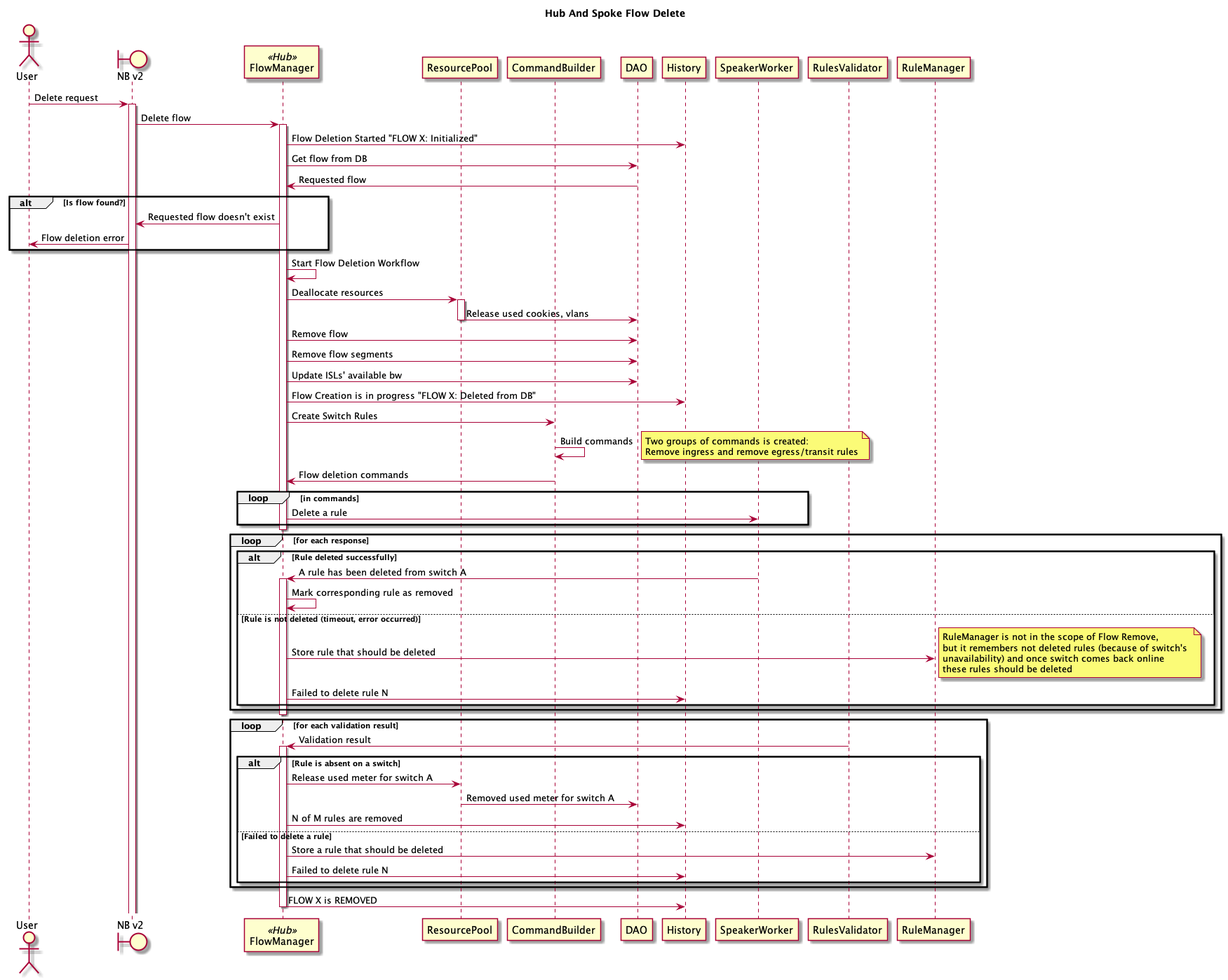
Above: docs/design/hub-and-spoke/crud/delete/flow-delete-hs.png in telstra/open-kilda (PlantUML), before the change. Source of this version:
```plantuml
@startuml
title Hub And Spoke Flow Delete

actor User
boundary "NB v2" as NB
participant FlowManager << Hub >>
participant DAO
participant ResourcePool
participant CommandBuilder
database DAO
participant History
participant SpeakerWorker
participant RulesValidator
participant RuleManager

User -> NB : Delete request

activate NB
NB -> FlowManager : Delete flow
activate FlowManager
FlowManager -> History : Flow Deletion Started "FLOW X: Initialized"
FlowManager -> DAO : Get flow from DB
FlowManager <- DAO : Requested flow
alt Is flow found?
    NB <- FlowManager : Requested flow doesn't exist
    User <- NB : Flow deletion error
end

FlowManager -> FlowManager : Start Flow Deletion Workflow

FlowManager -> ResourcePool : Deallocate resources
activate ResourcePool
ResourcePool -> DAO : Release used cookies, vlans
deactivate ResourcePool

FlowManager -> DAO : Remove flow
FlowManager -> DAO : Remove flow segments
FlowManager -> DAO : Update ISLs' available bw

FlowManager -> History : Flow Creation is in progress "FLOW X: Deleted from DB"

FlowManager -> CommandBuilder : Create Switch Rules
CommandBuilder -> CommandBuilder : Build commands
note right : Two groups of commands is created: \nRemove ingress and remove egress/transit rules

FlowManager <- CommandBuilder: Flow deletion commands
loop in commands
    FlowManager -> SpeakerWorker : Delete a rule
end
deactivate FlowManager

loop for each response
    alt Rule deleted successfully
        FlowManager <- SpeakerWorker : A rule has been deleted from switch A
        activate FlowManager
        FlowManager -> FlowManager : Mark corresponding rule as removed
    else Rule is not deleted (timeout, error occurred)
        FlowManager -> RuleManager : Store rule that should be deleted
        note right : RuleManager is not in the scope of Flow Remove, \nbut it remembers not deleted rules (because of switch's \nunavailability) and once switch comes back online \nthese rules should be deleted
        FlowManager -> History : Failed to delete rule N
    end
end
deactivate FlowManager

loop for each validation result
    FlowManager <- RulesValidator : Validation result
    activate FlowManager
    alt Rule is absent on a switch
        FlowManager -> ResourcePool : Release used meter for switch A
        ResourcePool -> DAO : Removed used meter for switch A
        FlowManager -> History : N of M rules are removed
    else Failed to delete a rule
        FlowManager -> RuleManager : Store a rule that should be deleted
        FlowManager -> History : Failed to delete rule N
    end
end

FlowManager -> History : FLOW X is REMOVED
deactivate FlowManager

@enduml
```
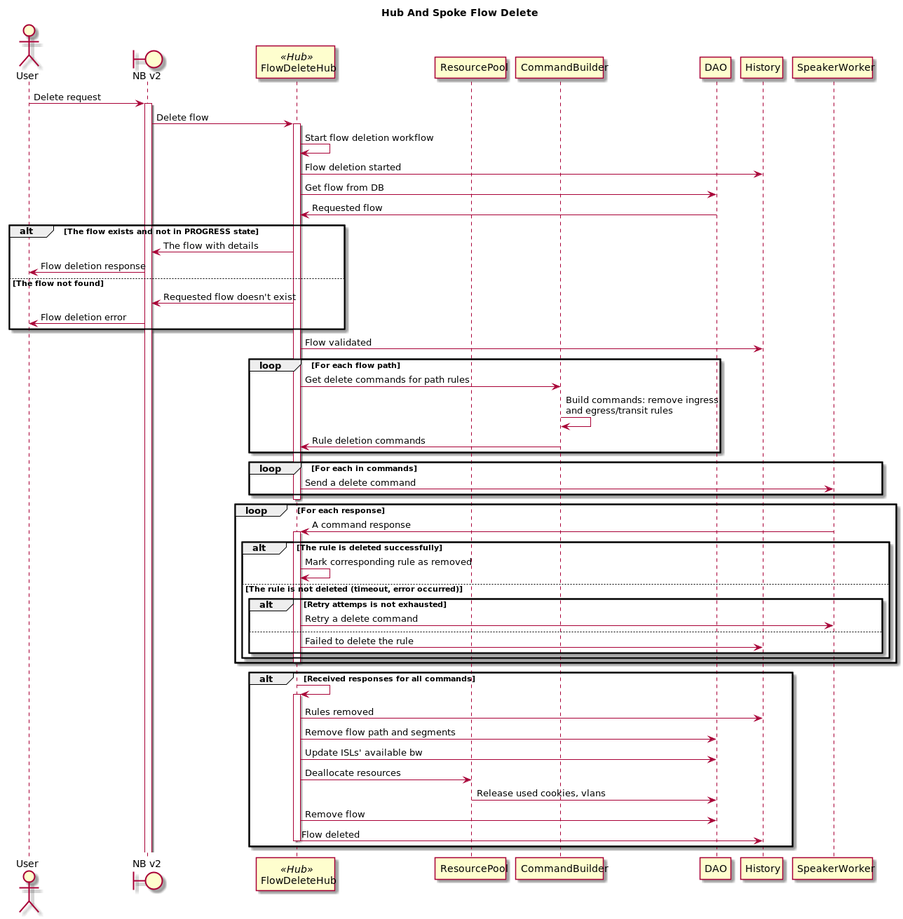
After the change.

Change to the diagram source:
```diff
@@ -3,79 +3,74 @@
 
 actor User
 boundary "NB v2" as NB
-participant FlowManager << Hub >>
+participant FlowDeleteHub << Hub >>
 participant DAO
 participant ResourcePool
 participant CommandBuilder
 database DAO
 participant History
 participant SpeakerWorker
-participant RulesValidator
-participant RuleManager
 
 User -> NB : Delete request
 
 activate NB
-NB -> FlowManager : Delete flow
-activate FlowManager
-FlowManager -> History : Flow Deletion Started "FLOW X: Initialized"
-FlowManager -> DAO : Get flow from DB
-FlowManager <- DAO : Requested flow
-alt Is flow found?
-    NB <- FlowManager : Requested flow doesn't exist
+NB -> FlowDeleteHub : Delete flow
+activate FlowDeleteHub
+FlowDeleteHub -> FlowDeleteHub : Start flow deletion workflow
+
+FlowDeleteHub -> History : Flow deletion started
+FlowDeleteHub -> DAO : Get flow from DB
+FlowDeleteHub <- DAO : Requested flow
+alt The flow exists and not in PROGRESS state
+    NB <- FlowDeleteHub : The flow with details
+    User <- NB : Flow deletion response
+else The flow not found
+    NB <- FlowDeleteHub : Requested flow doesn't exist
     User <- NB : Flow deletion error
 end
 
-FlowManager -> FlowManager : Start Flow Deletion Workflow
+FlowDeleteHub -> History : Flow validated
 
-FlowManager -> ResourcePool : Deallocate resources
-activate ResourcePool
-ResourcePool -> DAO : Release used cookies, vlans
-deactivate ResourcePool
-
-FlowManager -> DAO : Remove flow
-FlowManager -> DAO : Remove flow segments
-FlowManager -> DAO : Update ISLs' available bw
-
-FlowManager -> History : Flow Creation is in progress "FLOW X: Deleted from DB"
-
-FlowManager -> CommandBuilder : Create Switch Rules
-CommandBuilder -> CommandBuilder : Build commands
-note right : Two groups of commands is created: \nRemove ingress and remove egress/transit rules
-
-FlowManager <- CommandBuilder: Flow deletion commands
-loop in commands
-    FlowManager -> SpeakerWorker : Delete a rule
-end
-deactivate FlowManager
-
-loop for each response
-    alt Rule deleted successfully
-        FlowManager <- SpeakerWorker : A rule has been deleted from switch A
-        activate FlowManager
-        FlowManager -> FlowManager : Mark corresponding rule as removed
-    else Rule is not deleted (timeout, error occurred)
-        FlowManager -> RuleManager : Store rule that should be deleted
-        note right : RuleManager is not in the scope of Flow Remove, \nbut it remembers not deleted rules (because of switch's \nunavailability) and once switch comes back online \nthese rules should be deleted
-        FlowManager -> History : Failed to delete rule N
-    end
-end
-deactivate FlowManager
-
-loop for each validation result
-    FlowManager <- RulesValidator : Validation result
-    activate FlowManager
-    alt Rule is absent on a switch
-        FlowManager -> ResourcePool : Release used meter for switch A
-        ResourcePool -> DAO : Removed used meter for switch A
-        FlowManager -> History : N of M rules are removed
-    else Failed to delete a rule
-        FlowManager -> RuleManager : Store a rule that should be deleted
-        FlowManager -> History : Failed to delete rule N
-    end
+loop For each flow path
+    FlowDeleteHub -> CommandBuilder : Get delete commands for path rules
+    CommandBuilder -> CommandBuilder : Build commands: remove ingress \nand egress/transit rules
+    FlowDeleteHub <- CommandBuilder: Rule deletion commands
 end
 
-FlowManager -> History : FLOW X is REMOVED
-deactivate FlowManager
+loop For each in commands
+    FlowDeleteHub -> SpeakerWorker : Send a delete command
+end
+
+deactivate FlowDeleteHub
+
+loop For each response
+    FlowDeleteHub <- SpeakerWorker : A command response
+    activate FlowDeleteHub
+    alt The rule is deleted successfully
+        FlowDeleteHub -> FlowDeleteHub : Mark corresponding rule as removed
+    else The rule is not deleted (timeout, error occurred)
+        alt Retry attemps is not exhausted
+            FlowDeleteHub -> SpeakerWorker : Retry a delete command
+        else
+            FlowDeleteHub -> History : Failed to delete the rule
+        end
+    end
+    deactivate FlowDeleteHub
+end
+
+alt Received responses for all commands
+    FlowDeleteHub -> FlowDeleteHub
+    activate FlowDeleteHub
+    FlowDeleteHub -> History : Rules removed
+
+    FlowDeleteHub -> DAO : Remove flow path and segments
+    FlowDeleteHub -> DAO : Update ISLs' available bw
+    FlowDeleteHub -> ResourcePool : Deallocate resources
+    ResourcePool -> DAO : Release used cookies, vlans
+    FlowDeleteHub -> DAO : Remove flow
+
+    FlowDeleteHub -> History : Flow deleted
+    deactivate FlowDeleteHub
+end
 
 @enduml
```
